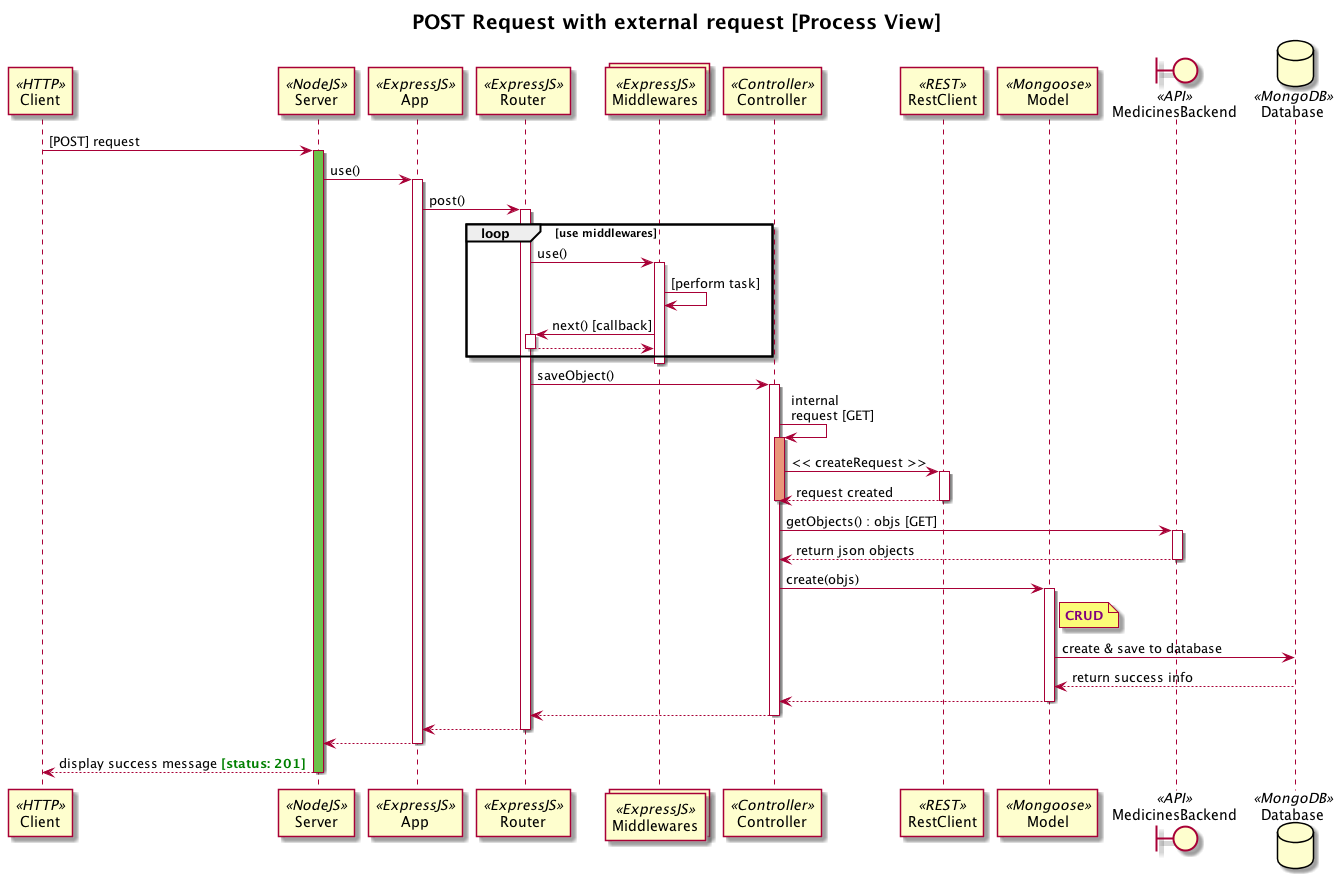
danieljfgoncalves/arqsi2017-3da-1151159-1151452 keeps this PlantUML diagram as documentation/out/it2_process_view_post_with_external_req.png. Above is the earlier version.
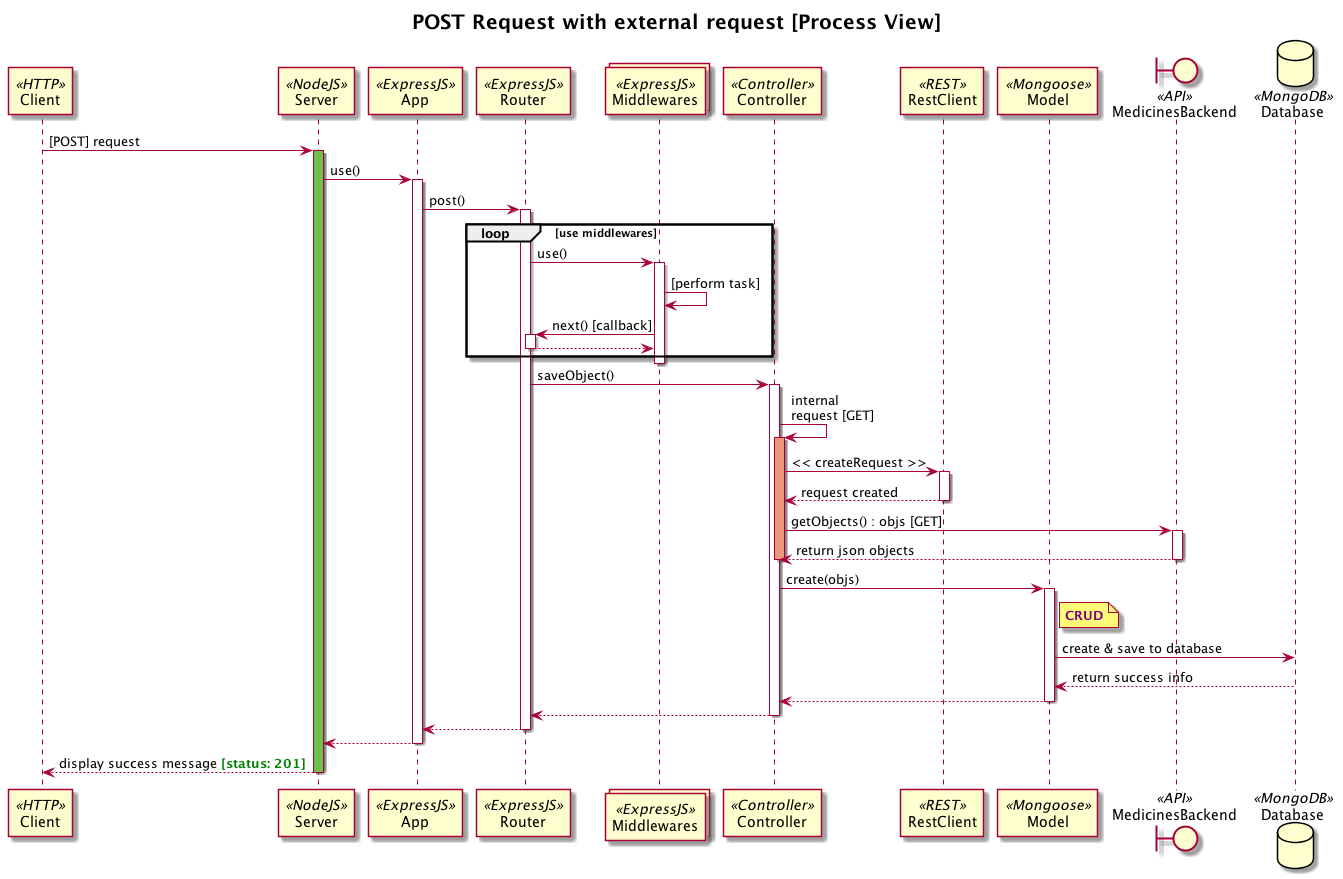
Above is the later version.

The edit, as a diff of the source:
```diff
@@ -40,11 +40,12 @@
                 activate rc
                 rc --> c: request created
                 deactivate rc
-                deactivate c
                 c -> med : getObjects() : objs [GET]
+
                 activate med
                 med --> c : return json objects
                 deactivate med
+                deactivate c
                 c -> m : create(objs)
                 activate m
                     note right of m
```
